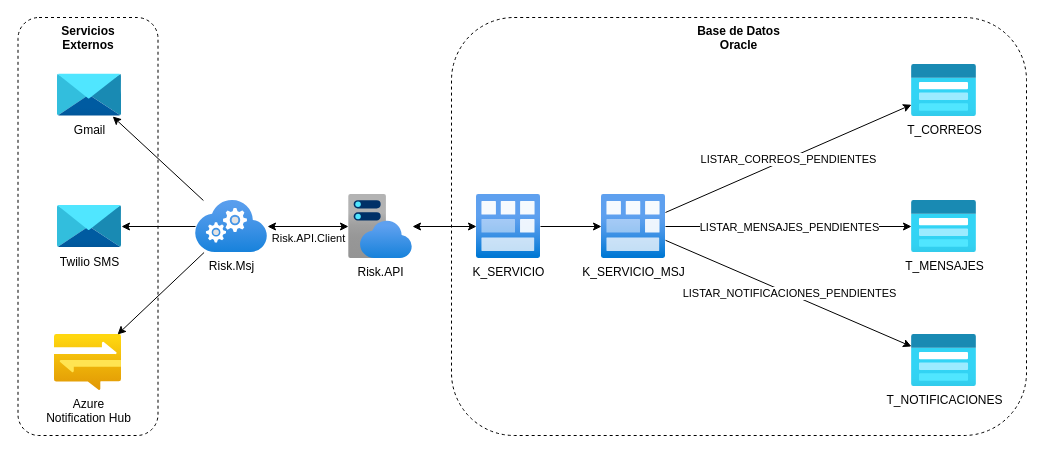
The draw.io diagram docs/architecture/Msj.drawio in jtsoya539/risk, before the edit. Source tidied: cells renumbered, new cells numbered last; positions are measured from the earlier drawing's top-left corner, leaving out a move shared by most shapes. Both pictures are drawn from the tidied source at 100%, with x=0, y=0 at pixel (18, 17).
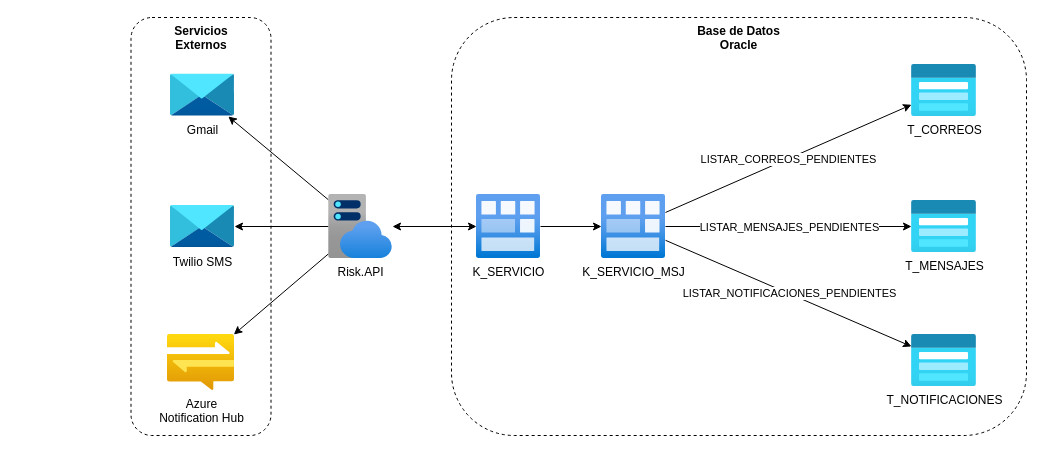
After the change.

What changed in the source:
```diff
@@
     <mxCell id="15" value="&lt;span style=&quot;font-size: 12px&quot;&gt;Azure&lt;br&gt;Notification&amp;nbsp;Hub&lt;/span&gt;" style="html=1;points=[];align=center;image;fontSize=12;image=img/lib/azure2/web/Notification_Hub_Namespaces.svg;" parent="1" vertex="1">
-      <mxGeometry x="36" y="317" width="67" height="56" as="geometry" />
+      <mxGeometry x="149" y="317" width="67" height="56" as="geometry" />
     </mxCell>
     <mxCell id="16" value="&lt;span style=&quot;font-size: 12px&quot;&gt;Gmail&lt;/span&gt;" style="html=1;points=[];align=center;image;fontSize=12;image=img/lib/azure2/storage/Data_Share_Invitations.svg;" parent="1" vertex="1">
-      <mxGeometry x="39" y="56" width="64" height="43" as="geometry" />
+      <mxGeometry x="152" y="56" width="64" height="43" as="geometry" />
     </mxCell>
     <mxCell id="17" value="&lt;span style=&quot;font-size: 12px&quot;&gt;Twilio SMS&lt;/span&gt;" style="html=1;points=[];align=center;image;fontSize=12;image=img/lib/azure2/storage/Data_Share_Invitations.svg;" parent="1" vertex="1">
-      <mxGeometry x="39" y="187.5" width="64" height="43" as="geometry" />
+      <mxGeometry x="152" y="187.5" width="64" height="43" as="geometry" />
     </mxCell>
-    <mxCell id="18" value="&lt;span style=&quot;font-size: 12px&quot;&gt;Risk.Msj&lt;/span&gt;" style="html=1;points=[];align=center;image;fontSize=12;image=img/lib/azure2/compute/Cloud_Services_Classic.svg;" parent="1" vertex="1">
-      <mxGeometry x="177" y="183" width="72" height="52" as="geometry" />
-    </mxCell>
-    <mxCell id="19" style="endArrow=classic;html=1;" parent="1" edge="1" source="18" target="17">
+    <mxCell id="19" style="endArrow=classic;html=1;" parent="1" edge="1" source="24" target="17">
       <mxGeometry relative="1" as="geometry" />
     </mxCell>
-    <mxCell id="20" style="endArrow=classic;html=1;" parent="1" edge="1" source="18" target="16">
+    <mxCell id="20" style="endArrow=classic;html=1;" parent="1" edge="1" source="24" target="16">
       <mxGeometry relative="1" as="geometry" />
     </mxCell>
-    <mxCell id="21" style="endArrow=classic;html=1;" parent="1" edge="1" source="18" target="15">
+    <mxCell id="21" style="endArrow=classic;html=1;" parent="1" edge="1" source="24" target="15">
       <mxGeometry relative="1" as="geometry" />
     </mxCell>
@@
     <mxCell id="23" value="Servicios&lt;br&gt;Externos" style="rounded=1;whiteSpace=wrap;html=1;fillColor=none;dashed=1;verticalAlign=top;fontStyle=1;" parent="1" vertex="1">
-      <mxGeometry x="-0.5" width="140" height="418" as="geometry" />
+      <mxGeometry x="112.5" width="140" height="418" as="geometry" />
     </mxCell>
     <mxCell id="24" value="&lt;span style=&quot;font-size: 12px&quot;&gt;Risk.API&lt;/span&gt;" style="html=1;points=[];align=center;image;fontSize=12;image=img/lib/azure2/app_services/App_Service_Plans.svg;" parent="1" vertex="1">
-      <mxGeometry x="330" y="177" width="64" height="64" as="geometry" />
+      <mxGeometry x="310" y="177" width="64" height="64" as="geometry" />
     </mxCell>
-    <mxCell id="25" style="endArrow=classic;startArrow=classic;html=1;" parent="1" edge="1" source="18" target="24">
-      <mxGeometry relative="1" as="geometry" />
-    </mxCell>
-    <mxCell id="26" value="Risk.API.Client" style="edgeLabel;html=1;align=center;verticalAlign=top;" parent="25" vertex="1">
-      <mxGeometry x="0.37" y="1" relative="1" as="geometry">
-        <mxPoint x="-15" as="offset" />
-      </mxGeometry>
-    </mxCell>
```
